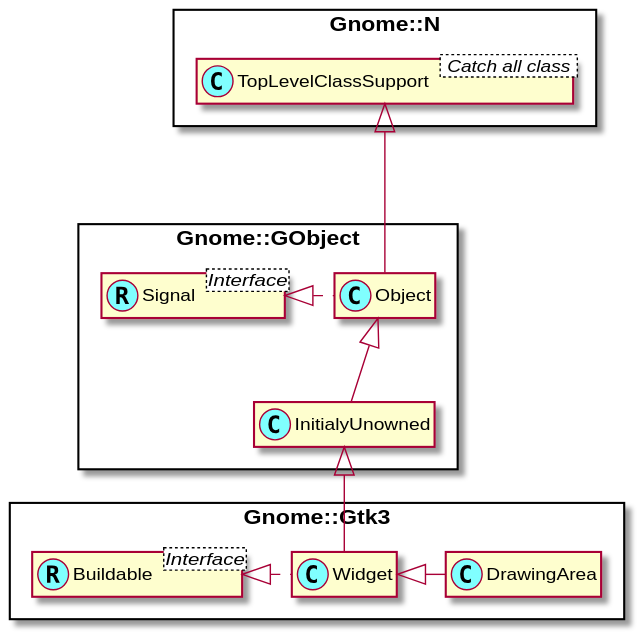
This is docs/content-docs/reference/Gtk3/plantuml/DrawingArea.svg from MARTIMM/gnome-gtk3, a PlantUML export, as it was before one commit. Its diagram source:
```plantuml
@startuml
skinparam packageStyle rectangle
skinparam stereotypeCBackgroundColor #80ffff
set namespaceSeparator ::
hide members


class Gnome::N::TopLevelClassSupport < Catch all class >
Gnome::N::TopLevelClassSupport <|--- Gnome::GObject::Object

Interface Gnome::GObject::Signal <Interface>
class Gnome::GObject::Signal <<(R,#80ffff)>>

Interface Gnome::Gtk3::Buildable <Interface>
class Gnome::Gtk3::Buildable <<(R,#80ffff)>>

Gnome::GObject::Object <|-- Gnome::GObject::InitialyUnowned
Gnome::GObject::Signal <|. Gnome::GObject::Object

Gnome::GObject::InitialyUnowned <|-- Gnome::Gtk3::Widget
Gnome::Gtk3::Buildable <|. Gnome::Gtk3::Widget

Gnome::Gtk3::Widget <|- Gnome::Gtk3::DrawingArea
@enduml
```
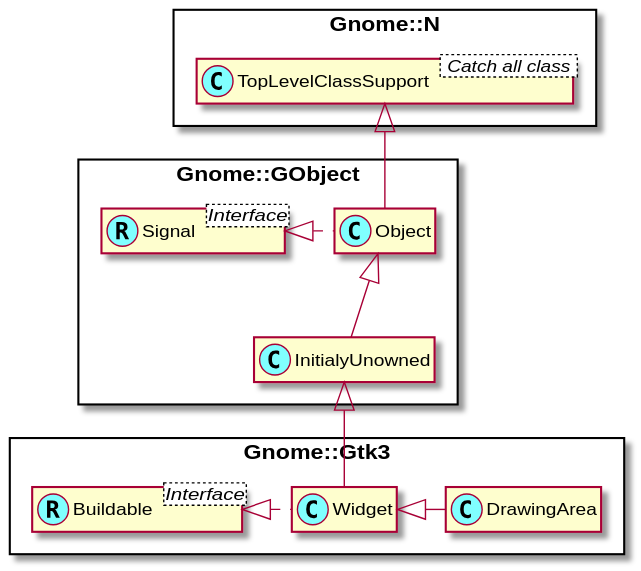
The same file after the commit.

Diff of the diagram source:
```diff
@@ -6,7 +6,7 @@
 
 
 class Gnome::N::TopLevelClassSupport < Catch all class >
-Gnome::N::TopLevelClassSupport <|--- Gnome::GObject::Object
+Gnome::N::TopLevelClassSupport <|-- Gnome::GObject::Object
 
 Interface Gnome::GObject::Signal <Interface>
 class Gnome::GObject::Signal <<(R,#80ffff)>>
```
